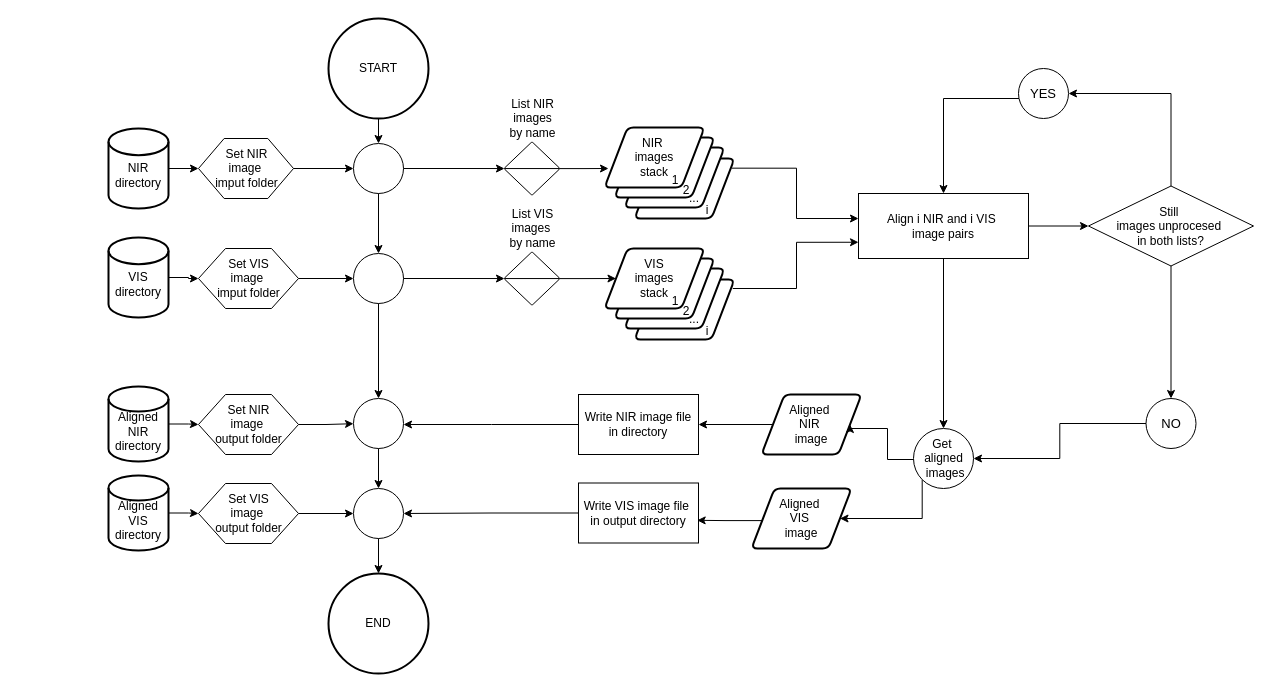
Above: vignettes/vignette_ImageJ_preprocessing/Alignment_Process_macro_diagram.drawio in MMolBus/PhotomossR (draw.io), before the change. Source tidied: cells renumbered, new cells numbered last; positions are measured from the earlier drawing's top-left corner, leaving out a move shared by most shapes. Both pictures are drawn from the tidied source at 100%, with x=0, y=0 at pixel (108, 18).
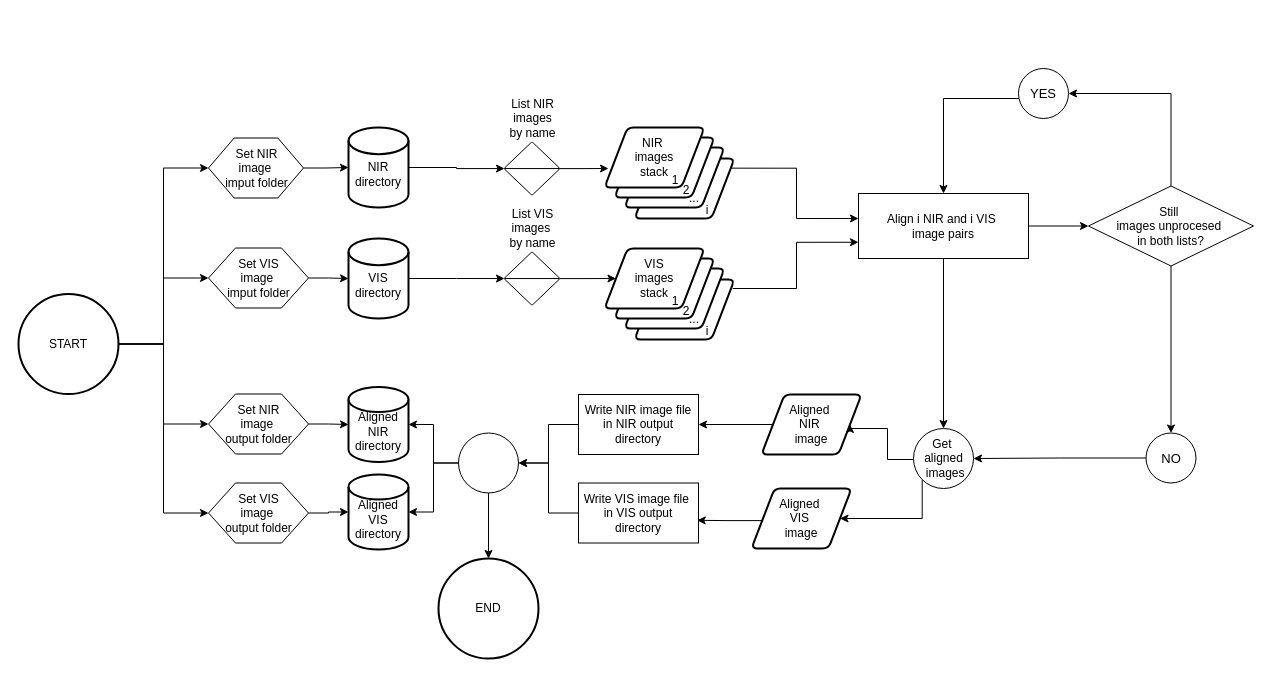
After the change.

Commit message:
refactor: Alignment_Process_macro_diagram.drawio  change end structure

Unchanged cells that the change refers to:
```xml
<mxCell id="24" value="&lt;span style=&quot;background-color: rgb(255, 255, 255);&quot;&gt;List NIR&lt;/span&gt;&lt;div&gt;&lt;span style=&quot;background-color: transparent; color: light-dark(rgb(0, 0, 0), rgb(255, 255, 255));&quot;&gt;images&lt;/span&gt;&lt;/div&gt;&lt;div&gt;&lt;span style=&quot;background-color: transparent; color: light-dark(rgb(0, 0, 0), rgb(255, 255, 255));&quot;&gt;by name&lt;/span&gt;&lt;/div&gt;" style="verticalLabelPosition=top;verticalAlign=bottom;html=1;shape=mxgraph.flowchart.sort;labelPosition=center;align=center;horizontal=1;fontSize=12;" parent="1" vertex="1">
  <mxGeometry x="396" y="123.8" width="55" height="52.5" as="geometry" />
</mxCell>
<mxCell id="26" value="List VIS&lt;div&gt;images&amp;nbsp;&lt;/div&gt;&lt;div&gt;by name&lt;/div&gt;" style="verticalLabelPosition=top;verticalAlign=bottom;html=1;shape=mxgraph.flowchart.sort;labelPosition=center;align=center;horizontal=1;fontSize=12;" parent="1" vertex="1">
  <mxGeometry x="396" y="233.8" width="55" height="52.5" as="geometry" />
</mxCell>
```

What changed in the source:
```diff
@@
-    <mxCell id="2" style="edgeStyle=orthogonalEdgeStyle;rounded=0;jettySize=auto;html=1;entryX=0;entryY=0.5;entryDx=0;entryDy=0;" parent="1" edge="1" source="3" target="6">
-      <mxGeometry relative="1" as="geometry" />
-    </mxCell>
     <mxCell id="3" value="&lt;div&gt;&lt;br&gt;&lt;/div&gt;&lt;div&gt;NIR&lt;/div&gt;&lt;div&gt;directory&lt;/div&gt;" style="strokeWidth=2;html=1;shape=mxgraph.flowchart.database;whiteSpace=wrap;" parent="1" vertex="1">
-      <mxGeometry y="110" width="60" height="80" as="geometry" />
+      <mxGeometry x="240" y="109" width="60" height="80" as="geometry" />
     </mxCell>
-    <mxCell id="4" style="edgeStyle=orthogonalEdgeStyle;rounded=0;jettySize=auto;html=1;entryX=0;entryY=0.5;entryDx=0;entryDy=0;" parent="1" edge="1" source="5" target="8">
-      <mxGeometry relative="1" as="geometry" />
-    </mxCell>
     <mxCell id="5" value="&lt;div&gt;&lt;br&gt;&lt;/div&gt;VIS&lt;div&gt;directory&lt;/div&gt;" style="strokeWidth=2;html=1;shape=mxgraph.flowchart.database;whiteSpace=wrap;" parent="1" vertex="1">
-      <mxGeometry y="219" width="60" height="80" as="geometry" />
+      <mxGeometry x="240" y="220" width="60" height="80" as="geometry" />
     </mxCell>
     <mxCell id="6" value="Set NIR&lt;div&gt;image&amp;nbsp;&lt;/div&gt;&lt;div&gt;imput folder&lt;/div&gt;" style="verticalLabelPosition=middle;verticalAlign=middle;html=1;shape=hexagon;perimeter=hexagonPerimeter2;arcSize=6;size=0.27;labelPosition=center;align=center;" parent="1" vertex="1">
-      <mxGeometry x="90" y="120" width="95" height="60" as="geometry" />
+      <mxGeometry x="100" y="119.5" width="95" height="60" as="geometry" />
     </mxCell>
+    <mxCell id="79" style="edgeStyle=orthogonalEdgeStyle;rounded=0;jettySize=auto;html=1;entryX=0;entryY=0.5;entryDx=0;entryDy=0;" parent="1" edge="1" source="7" target="6">
+      <mxGeometry relative="1" as="geometry" />
+    </mxCell>
+    <mxCell id="80" style="edgeStyle=orthogonalEdgeStyle;rounded=0;jettySize=auto;html=1;" parent="1" edge="1" source="7" target="8">
+      <mxGeometry relative="1" as="geometry" />
+    </mxCell>
+    <mxCell id="81" style="edgeStyle=orthogonalEdgeStyle;rounded=0;jettySize=auto;html=1;entryX=0;entryY=0.5;entryDx=0;entryDy=0;" parent="1" edge="1" source="7" target="9">
+      <mxGeometry relative="1" as="geometry" />
+    </mxCell>
+    <mxCell id="82" style="edgeStyle=orthogonalEdgeStyle;rounded=0;jettySize=auto;html=1;entryX=0;entryY=0.5;entryDx=0;entryDy=0;" parent="1" edge="1" source="7" target="11">
+      <mxGeometry relative="1" as="geometry" />
+    </mxCell>
     <mxCell id="7" value="START" style="strokeWidth=2;html=1;shape=mxgraph.flowchart.start_2;whiteSpace=wrap;" parent="1" vertex="1">
-      <mxGeometry x="220" width="100" height="100" as="geometry" />
+      <mxGeometry x="-90" y="275.5" width="100" height="100" as="geometry" />
     </mxCell>
     <mxCell id="8" value="Set VIS&lt;div&gt;image&amp;nbsp;&lt;/div&gt;&lt;div&gt;imput folder&lt;/div&gt;" style="verticalLabelPosition=middle;verticalAlign=middle;html=1;shape=hexagon;perimeter=hexagonPerimeter2;arcSize=6;size=0.27;labelPosition=center;align=center;" parent="1" vertex="1">
-      <mxGeometry x="90" y="230" width="100" height="60" as="geometry" />
+      <mxGeometry x="100" y="229.5" width="100" height="60" as="geometry" />
     </mxCell>
     <mxCell id="9" value="Set NIR&lt;div&gt;image&amp;nbsp;&lt;/div&gt;&lt;div&gt;output folder&lt;/div&gt;" style="verticalLabelPosition=middle;verticalAlign=middle;html=1;shape=hexagon;perimeter=hexagonPerimeter2;arcSize=6;size=0.27;labelPosition=center;align=center;" parent="1" vertex="1">
-      <mxGeometry x="90" y="376" width="100" height="60" as="geometry" />
+      <mxGeometry x="100" y="375.5" width="100" height="60" as="geometry" />
     </mxCell>
-    <mxCell id="10" style="edgeStyle=orthogonalEdgeStyle;rounded=0;jettySize=auto;html=1;entryX=0;entryY=0.5;entryDx=0;entryDy=0;entryPerimeter=0;" parent="1" edge="1" source="11" target="15">
-      <mxGeometry relative="1" as="geometry" />
-    </mxCell>
     <mxCell id="11" value="Set VIS&lt;div&gt;image&amp;nbsp;&lt;/div&gt;&lt;div&gt;output folder&lt;/div&gt;" style="verticalLabelPosition=middle;verticalAlign=middle;html=1;shape=hexagon;perimeter=hexagonPerimeter2;arcSize=6;size=0.27;labelPosition=center;align=center;" parent="1" vertex="1">
-      <mxGeometry x="90" y="465" width="100" height="60" as="geometry" />
+      <mxGeometry x="100" y="464.5" width="100" height="60" as="geometry" />
     </mxCell>
-    <mxCell id="12" style="verticalLabelPosition=middle;verticalAlign=middle;html=1;shape=mxgraph.flowchart.on-page_reference;labelPosition=center;align=center;" parent="1" vertex="1">
-      <mxGeometry x="245" y="125" width="50" height="50" as="geometry" />
-    </mxCell>
-    <mxCell id="13" style="verticalLabelPosition=bottom;verticalAlign=top;html=1;shape=mxgraph.flowchart.on-page_reference;" parent="1" vertex="1">
-      <mxGeometry x="245" y="235" width="50" height="50" as="geometry" />
-    </mxCell>
-    <mxCell id="14" style="verticalLabelPosition=bottom;verticalAlign=top;html=1;shape=mxgraph.flowchart.on-page_reference;" parent="1" vertex="1">
-      <mxGeometry x="245" y="380" width="50" height="50" as="geometry" />
-    </mxCell>
-    <mxCell id="15" style="verticalLabelPosition=bottom;verticalAlign=top;html=1;shape=mxgraph.flowchart.on-page_reference;" parent="1" vertex="1">
-      <mxGeometry x="245" y="470" width="50" height="50" as="geometry" />
-    </mxCell>
-    <mxCell id="16" style="edgeStyle=orthogonalEdgeStyle;rounded=0;jettySize=auto;html=1;entryX=0.5;entryY=0;entryDx=0;entryDy=0;entryPerimeter=0;" parent="1" edge="1" source="7" target="12">
-      <mxGeometry relative="1" as="geometry" />
-    </mxCell>
-    <mxCell id="17" style="edgeStyle=orthogonalEdgeStyle;rounded=0;jettySize=auto;html=1;entryX=0.5;entryY=0;entryDx=0;entryDy=0;entryPerimeter=0;" parent="1" edge="1" source="12" target="13">
-      <mxGeometry relative="1" as="geometry" />
-    </mxCell>
-    <mxCell id="18" style="edgeStyle=orthogonalEdgeStyle;rounded=0;jettySize=auto;html=1;entryX=0.5;entryY=0;entryDx=0;entryDy=0;entryPerimeter=0;" parent="1" edge="1" source="13" target="14">
-      <mxGeometry relative="1" as="geometry" />
-    </mxCell>
-    <mxCell id="19" style="edgeStyle=orthogonalEdgeStyle;rounded=0;jettySize=auto;html=1;entryX=0.5;entryY=0;entryDx=0;entryDy=0;entryPerimeter=0;" parent="1" edge="1" source="14" target="15">
-      <mxGeometry relative="1" as="geometry" />
-    </mxCell>
-    <mxCell id="20" style="edgeStyle=orthogonalEdgeStyle;rounded=0;jettySize=auto;html=1;entryX=0;entryY=0.5;entryDx=0;entryDy=0;entryPerimeter=0;" parent="1" edge="1" source="6" target="12">
-      <mxGeometry relative="1" as="geometry" />
-    </mxCell>
-    <mxCell id="21" style="edgeStyle=orthogonalEdgeStyle;rounded=0;jettySize=auto;html=1;entryX=0;entryY=0.5;entryDx=0;entryDy=0;entryPerimeter=0;" parent="1" edge="1" source="8" target="13">
-      <mxGeometry relative="1" as="geometry" />
-    </mxCell>
-    <mxCell id="22" style="edgeStyle=orthogonalEdgeStyle;rounded=0;jettySize=auto;html=1;entryX=0;entryY=0.385;entryDx=0;entryDy=0;entryPerimeter=0;" parent="1" edge="1" source="9">
-      <mxGeometry relative="1" as="geometry">
-        <mxPoint x="245" y="405.2" as="targetPoint" />
-      </mxGeometry>
-    </mxCell>
@@
-    <mxCell id="27" style="edgeStyle=orthogonalEdgeStyle;rounded=0;jettySize=auto;html=1;entryX=0;entryY=0.5;entryDx=0;entryDy=0;entryPerimeter=0;" parent="1" edge="1" source="12" target="24">
-      <mxGeometry relative="1" as="geometry" />
-    </mxCell>
-    <mxCell id="28" style="edgeStyle=orthogonalEdgeStyle;rounded=0;jettySize=auto;html=1;entryX=0;entryY=0.5;entryDx=0;entryDy=0;entryPerimeter=0;" parent="1" edge="1" source="13" target="26">
-      <mxGeometry relative="1" as="geometry" />
-    </mxCell>
@@
     <mxCell id="36" value="&lt;span style=&quot;font-size: 13px; text-wrap-mode: nowrap; background-color: rgb(255, 255, 255);&quot;&gt;NO&lt;/span&gt;" style="ellipse;whiteSpace=wrap;html=1;" parent="1" vertex="1">
-      <mxGeometry x="1037.5" y="380" width="50" height="50" as="geometry" />
+      <mxGeometry x="1037.5" y="414.5" width="50" height="50" as="geometry" />
     </mxCell>
@@
-    <mxCell id="40" style="edgeStyle=orthogonalEdgeStyle;rounded=0;jettySize=auto;html=1;entryX=0;entryY=0.5;entryDx=0;entryDy=0;" parent="1" edge="1" source="41" target="9">
-      <mxGeometry relative="1" as="geometry" />
-    </mxCell>
     <mxCell id="41" value="&lt;div&gt;&lt;br&gt;&lt;/div&gt;&lt;div&gt;Aligned&lt;/div&gt;&lt;div&gt;NIR&lt;/div&gt;&lt;div&gt;directory&lt;/div&gt;" style="strokeWidth=2;html=1;shape=mxgraph.flowchart.database;whiteSpace=wrap;" parent="1" vertex="1">
-      <mxGeometry y="368" width="60" height="75" as="geometry" />
+      <mxGeometry x="240" y="368.5" width="60" height="75" as="geometry" />
     </mxCell>
-    <mxCell id="42" style="edgeStyle=orthogonalEdgeStyle;rounded=0;jettySize=auto;html=1;" parent="1" edge="1" source="43" target="11">
-      <mxGeometry relative="1" as="geometry" />
-    </mxCell>
     <mxCell id="43" value="&lt;div&gt;&lt;br&gt;&lt;/div&gt;Aligned&lt;div&gt;VIS&lt;div&gt;directory&lt;/div&gt;&lt;/div&gt;" style="strokeWidth=2;html=1;shape=mxgraph.flowchart.database;whiteSpace=wrap;" parent="1" vertex="1">
-      <mxGeometry y="457" width="60" height="75" as="geometry" />
+      <mxGeometry x="240" y="456" width="60" height="75" as="geometry" />
     </mxCell>
@@
-    <mxCell id="72" value="Write NIR image file in directory" style="whiteSpace=wrap;html=1;" parent="1" vertex="1">
+    <mxCell id="72" value="Write NIR image file in NIR output directory" style="whiteSpace=wrap;html=1;" parent="1" vertex="1">
       <mxGeometry x="470" y="376" width="120" height="60" as="geometry" />
     </mxCell>
-    <mxCell id="73" value="Write VIS image file&amp;nbsp;&lt;div&gt;in output directory&lt;/div&gt;" style="whiteSpace=wrap;html=1;" parent="1" vertex="1">
+    <mxCell id="73" value="Write VIS image file&amp;nbsp;&lt;div&gt;in VIS output directory&lt;/div&gt;" style="whiteSpace=wrap;html=1;" parent="1" vertex="1">
       <mxGeometry x="470" y="464.5" width="120" height="60" as="geometry" />
     </mxCell>
@@
-    <mxCell id="75" style="edgeStyle=orthogonalEdgeStyle;rounded=0;jettySize=auto;html=1;entryX=1;entryY=0.5;entryDx=0;entryDy=0;entryPerimeter=0;" parent="1" edge="1" source="72">
-      <mxGeometry relative="1" as="geometry">
-        <mxPoint x="295" y="406" as="targetPoint" />
-      </mxGeometry>
+    <mxCell id="75" style="edgeStyle=orthogonalEdgeStyle;rounded=0;jettySize=auto;html=1;entryX=1;entryY=0.5;entryDx=0;entryDy=0;entryPerimeter=0;" parent="1" edge="1" source="72" target="90">
+      <mxGeometry relative="1" as="geometry" />
     </mxCell>
-    <mxCell id="76" style="edgeStyle=orthogonalEdgeStyle;rounded=0;jettySize=auto;html=1;entryX=1;entryY=0.5;entryDx=0;entryDy=0;entryPerimeter=0;" parent="1" edge="1" source="73" target="15">
+    <mxCell id="76" style="edgeStyle=orthogonalEdgeStyle;rounded=0;jettySize=auto;html=1;entryX=1;entryY=0.5;entryDx=0;entryDy=0;entryPerimeter=0;" parent="1" edge="1" source="73" target="90">
       <mxGeometry relative="1" as="geometry" />
     </mxCell>
     <mxCell id="77" value="END" style="strokeWidth=2;html=1;shape=mxgraph.flowchart.start_2;whiteSpace=wrap;" parent="1" vertex="1">
-      <mxGeometry x="220" y="555" width="100" height="100" as="geometry" />
+      <mxGeometry x="330" y="540" width="100" height="100" as="geometry" />
     </mxCell>
-    <mxCell id="78" style="edgeStyle=orthogonalEdgeStyle;rounded=0;jettySize=auto;html=1;entryX=0.5;entryY=0;entryDx=0;entryDy=0;entryPerimeter=0;" parent="1" edge="1" source="15" target="77">
-      <mxGeometry relative="1" as="geometry" />
-    </mxCell>
+    <mxCell id="83" style="edgeStyle=orthogonalEdgeStyle;rounded=0;jettySize=auto;html=1;entryX=0;entryY=0.5;entryDx=0;entryDy=0;entryPerimeter=0;" parent="1" edge="1" source="9" target="41">
+      <mxGeometry relative="1" as="geometry" />
+    </mxCell>
+    <mxCell id="84" style="edgeStyle=orthogonalEdgeStyle;rounded=0;jettySize=auto;html=1;entryX=0;entryY=0.5;entryDx=0;entryDy=0;entryPerimeter=0;" parent="1" edge="1" source="8" target="5">
+      <mxGeometry relative="1" as="geometry" />
+    </mxCell>
+    <mxCell id="85" style="edgeStyle=orthogonalEdgeStyle;rounded=0;jettySize=auto;html=1;entryX=0;entryY=0.5;entryDx=0;entryDy=0;entryPerimeter=0;" parent="1" edge="1" source="6" target="3">
+      <mxGeometry relative="1" as="geometry" />
+    </mxCell>
+    <mxCell id="86" style="edgeStyle=orthogonalEdgeStyle;rounded=0;jettySize=auto;html=1;entryX=0;entryY=0.5;entryDx=0;entryDy=0;entryPerimeter=0;" parent="1" edge="1" source="3" target="24">
+      <mxGeometry relative="1" as="geometry" />
+    </mxCell>
+    <mxCell id="87" style="edgeStyle=orthogonalEdgeStyle;rounded=0;jettySize=auto;html=1;entryX=0;entryY=0.5;entryDx=0;entryDy=0;entryPerimeter=0;" parent="1" edge="1" source="5" target="26">
+      <mxGeometry relative="1" as="geometry" />
+    </mxCell>
+    <mxCell id="88" style="edgeStyle=orthogonalEdgeStyle;rounded=0;jettySize=auto;html=1;entryX=0;entryY=0.5;entryDx=0;entryDy=0;entryPerimeter=0;" parent="1" edge="1" source="11" target="43">
+      <mxGeometry relative="1" as="geometry" />
+    </mxCell>
+    <mxCell id="89" style="edgeStyle=orthogonalEdgeStyle;rounded=0;jettySize=auto;html=1;" parent="1" edge="1" source="90" target="77">
+      <mxGeometry relative="1" as="geometry" />
+    </mxCell>
+    <mxCell id="90" style="verticalLabelPosition=middle;verticalAlign=middle;html=1;shape=mxgraph.flowchart.on-page_reference;labelPosition=center;align=center;" parent="1" vertex="1">
+      <mxGeometry x="350" y="414.5" width="60" height="60" as="geometry" />
+    </mxCell>
+    <mxCell id="91" style="edgeStyle=orthogonalEdgeStyle;rounded=0;jettySize=auto;html=1;entryX=1;entryY=0.5;entryDx=0;entryDy=0;entryPerimeter=0;" parent="1" edge="1" source="90" target="41">
+      <mxGeometry relative="1" as="geometry" />
+    </mxCell>
+    <mxCell id="92" style="edgeStyle=orthogonalEdgeStyle;rounded=0;jettySize=auto;html=1;entryX=1;entryY=0.5;entryDx=0;entryDy=0;entryPerimeter=0;" parent="1" edge="1" source="90" target="43">
+      <mxGeometry relative="1" as="geometry" />
+    </mxCell>
```
